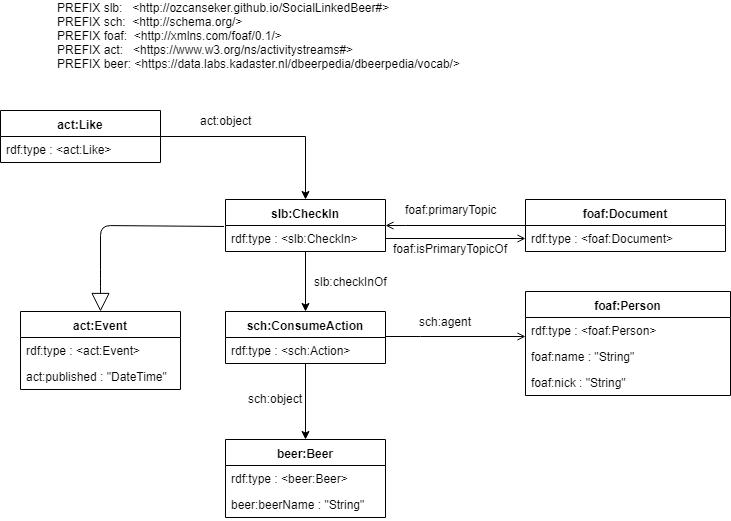
This is docs/images/CheckInOntologie.png from ozcanseker/Social-linked-beer, a draw.io export, as it was before one commit. Source tidied: cells renumbered, new cells last; positions are measured from the earlier drawing's top-left corner, leaving out a move shared by most shapes. The source it was exported from:
```xml
<mxGraphModel>
  <root>
    <mxCell id="0" />
    <mxCell id="1" parent="0" />
    <mxCell id="2" value="PREFIX slb:&amp;nbsp; &amp;nbsp;&amp;lt;http://ozcanseker.github.io/SocialLinkedBeer#&amp;gt;&lt;br&gt;PREFIX sch:&amp;nbsp; &amp;lt;http://schema.org/&amp;gt;&lt;br&gt;PREFIX foaf:&amp;nbsp; &amp;lt;http://xmlns.com/foaf/0.1/&amp;gt;&amp;nbsp;&lt;br&gt;PREFIX act:&amp;nbsp; &amp;nbsp;&amp;lt;&lt;a href=&quot;https://www.w3.org/ns/activitystreams&quot;&gt;https://www.w3.org/ns/activitystreams#&lt;/a&gt;&amp;gt;&amp;nbsp;&lt;br&gt;PREFIX beer: &amp;lt;&lt;a href=&quot;https://www.w3.org/ns/activitystreams&quot;&gt;https://data.labs.kadaster.nl/dbeerpedia/dbeerpedia/vocab/&lt;/a&gt;&amp;gt;&amp;nbsp;" style="text;html=1;align=left;verticalAlign=middle;" parent="1" vertex="1">
      <mxGeometry x="55" width="420" height="70" as="geometry" />
    </mxCell>
    <mxCell id="3" style="edgeStyle=orthogonalEdgeStyle;rounded=0;jettySize=auto;html=1;startArrow=none;startFill=0;startSize=6;sourcePerimeterSpacing=0;endArrow=open;endFill=0;endSize=6;targetPerimeterSpacing=0;" parent="1" edge="1" source="5">
      <mxGeometry relative="1" as="geometry">
        <mxPoint x="525" y="336" as="targetPoint" />
        <Array as="points">
          <mxPoint x="420" y="336" />
          <mxPoint x="420" y="336" />
        </Array>
      </mxGeometry>
    </mxCell>
    <mxCell id="4" style="edgeStyle=orthogonalEdgeStyle;rounded=0;jettySize=auto;html=1;entryX=0.5;entryY=0;entryDx=0;entryDy=0;" parent="1" edge="1" source="5" target="21">
      <mxGeometry relative="1" as="geometry" />
    </mxCell>
    <mxCell id="5" value="sch:ConsumeAction" style="swimlane;fontStyle=1;align=center;verticalAlign=top;horizontal=1;startSize=26;" parent="1" vertex="1">
      <mxGeometry x="225" y="311" width="160" height="52" as="geometry" />
    </mxCell>
    <mxCell id="6" value="rdf:type : &lt;sch:Action&gt; &#10; " style="text;strokeColor=none;fillColor=none;align=left;verticalAlign=top;spacingLeft=4;spacingRight=4;overflow=hidden;" parent="5" vertex="1">
      <mxGeometry y="26" width="160" height="26" as="geometry" />
    </mxCell>
    <mxCell id="7" style="edgeStyle=orthogonalEdgeStyle;rounded=0;jettySize=auto;html=1;entryX=0.5;entryY=0;entryDx=0;entryDy=0;" parent="1" edge="1" source="8" target="5">
      <mxGeometry relative="1" as="geometry" />
    </mxCell>
    <mxCell id="8" value="slb:CheckIn" style="swimlane;fontStyle=1;align=center;verticalAlign=top;horizontal=1;startSize=26;" parent="1" vertex="1">
      <mxGeometry x="225" y="199" width="160" height="52" as="geometry" />
    </mxCell>
    <mxCell id="9" value="rdf:type : &lt;slb:CheckIn&gt; &#10; " style="text;strokeColor=none;fillColor=none;align=left;verticalAlign=top;spacingLeft=4;spacingRight=4;overflow=hidden;points=[[0,0.5],[1,0.5]];portConstraint=eastwest;" parent="8" vertex="1">
      <mxGeometry y="26" width="160" height="26" as="geometry" />
    </mxCell>
    <mxCell id="10" style="edgeStyle=orthogonalEdgeStyle;rounded=0;jettySize=auto;html=1;entryX=1;entryY=0;entryDx=0;entryDy=0;entryPerimeter=0;startArrow=none;startFill=0;startSize=0;sourcePerimeterSpacing=0;endArrow=open;endFill=0;endSize=6;targetPerimeterSpacing=0;" parent="1" edge="1" source="11" target="9">
      <mxGeometry relative="1" as="geometry">
        <Array as="points">
          <mxPoint x="405" y="225" />
          <mxPoint x="405" y="225" />
        </Array>
      </mxGeometry>
    </mxCell>
    <mxCell id="11" value="foaf:Document" style="swimlane;fontStyle=1;align=center;verticalAlign=top;horizontal=1;startSize=26;" parent="1" vertex="1">
      <mxGeometry x="525" y="199" width="200" height="52" as="geometry" />
    </mxCell>
    <mxCell id="12" value="rdf:type : &lt;foaf:Document&gt; &#10; " style="text;strokeColor=none;fillColor=none;align=left;verticalAlign=top;spacingLeft=4;spacingRight=4;overflow=hidden;points=[[0,0.5],[1,0.5]];portConstraint=eastwest;" parent="11" vertex="1">
      <mxGeometry y="26" width="200" height="26" as="geometry" />
    </mxCell>
    <mxCell id="13" value="foaf:primaryTopic" style="text;html=1;align=center;verticalAlign=middle;" parent="1" vertex="1">
      <mxGeometry x="395" y="199" width="110" height="20" as="geometry" />
    </mxCell>
    <mxCell id="14" style="edgeStyle=orthogonalEdgeStyle;rounded=0;jettySize=auto;html=1;entryX=0;entryY=0.5;entryDx=0;entryDy=0;startArrow=none;startFill=0;sourcePerimeterSpacing=0;endArrow=open;endFill=0;targetPerimeterSpacing=0;startSize=0;" parent="1" edge="1" source="9" target="12">
      <mxGeometry relative="1" as="geometry" />
    </mxCell>
    <mxCell id="15" value="foaf:isPrimaryTopicOf" style="text;html=1;align=center;verticalAlign=middle;" parent="1" vertex="1">
      <mxGeometry x="385" y="238" width="130" height="20" as="geometry" />
    </mxCell>
    <mxCell id="16" value="foaf:Person" style="swimlane;fontStyle=1;align=center;verticalAlign=top;horizontal=1;startSize=26;" parent="1" vertex="1">
      <mxGeometry x="525" y="291" width="205" height="104" as="geometry" />
    </mxCell>
    <mxCell id="17" value="rdf:type : &lt;foaf:Person&gt; &#10; " style="text;strokeColor=none;fillColor=none;align=left;verticalAlign=top;spacingLeft=4;spacingRight=4;overflow=hidden;" parent="16" vertex="1">
      <mxGeometry y="26" width="205" height="26" as="geometry" />
    </mxCell>
    <mxCell id="18" value="foaf:name : &quot;String&quot; &#10; " style="text;strokeColor=none;fillColor=none;align=left;verticalAlign=top;spacingLeft=4;spacingRight=4;overflow=hidden;" parent="16" vertex="1">
      <mxGeometry y="52" width="205" height="26" as="geometry" />
    </mxCell>
    <mxCell id="19" value="foaf:nick : &quot;String&quot; &#10; " style="text;strokeColor=none;fillColor=none;align=left;verticalAlign=top;spacingLeft=4;spacingRight=4;overflow=hidden;" parent="16" vertex="1">
      <mxGeometry y="78" width="205" height="26" as="geometry" />
    </mxCell>
    <mxCell id="20" value="sch:agent" style="text;html=1;align=center;verticalAlign=middle;" parent="1" vertex="1">
      <mxGeometry x="410" y="311" width="70" height="20" as="geometry" />
    </mxCell>
    <mxCell id="21" value="beer:Beer" style="swimlane;fontStyle=1;align=center;verticalAlign=top;horizontal=1;startSize=26;" parent="1" vertex="1">
      <mxGeometry x="225" y="439" width="160" height="78" as="geometry" />
    </mxCell>
    <mxCell id="22" value="rdf:type : &lt;beer:Beer&gt; &#10; " style="text;strokeColor=none;fillColor=none;align=left;verticalAlign=top;spacingLeft=4;spacingRight=4;overflow=hidden;" parent="21" vertex="1">
      <mxGeometry y="26" width="160" height="26" as="geometry" />
    </mxCell>
    <mxCell id="23" value="beer:beerName : &quot;String&quot; " style="text;strokeColor=none;fillColor=none;align=left;verticalAlign=top;spacingLeft=4;spacingRight=4;overflow=hidden;" parent="21" vertex="1">
      <mxGeometry y="52" width="160" height="26" as="geometry" />
    </mxCell>
    <mxCell id="24" value="sch:object" style="text;html=1;align=center;verticalAlign=middle;" parent="1" vertex="1">
      <mxGeometry x="240" y="388" width="70" height="20" as="geometry" />
    </mxCell>
    <mxCell id="25" value="act:Event" style="swimlane;fontStyle=1;align=center;verticalAlign=top;horizontal=1;startSize=26;" parent="1" vertex="1">
      <mxGeometry x="20" y="311" width="160" height="78" as="geometry" />
    </mxCell>
    <mxCell id="26" value="rdf:type : &lt;act:Event&gt; &#10; " style="text;strokeColor=none;fillColor=none;align=left;verticalAlign=top;spacingLeft=4;spacingRight=4;overflow=hidden;" parent="25" vertex="1">
      <mxGeometry y="26" width="160" height="26" as="geometry" />
    </mxCell>
    <mxCell id="27" value="act:published : &quot;DateTime&quot; &#10; " style="text;strokeColor=none;fillColor=none;align=left;verticalAlign=top;spacingLeft=4;spacingRight=4;overflow=hidden;" parent="25" vertex="1">
      <mxGeometry y="52" width="160" height="26" as="geometry" />
    </mxCell>
    <mxCell id="28" style="endArrow=block;endSize=16;endFill=0;html=1;targetPerimeterSpacing=16;sourcePerimeterSpacing=0;entryX=0.5;entryY=0;entryDx=0;entryDy=0;startSize=0;exitX=-0.009;exitY=0.038;exitDx=0;exitDy=0;exitPerimeter=0;" parent="1" edge="1" source="9" target="25">
      <mxGeometry relative="1" as="geometry">
        <Array as="points">
          <mxPoint x="100" y="225" />
          <mxPoint x="100" y="279" />
        </Array>
      </mxGeometry>
    </mxCell>
    <mxCell id="29" value="slb:checkInOf" style="text;html=1;align=center;verticalAlign=middle;" parent="1" vertex="1">
      <mxGeometry x="305" y="271" width="90" height="20" as="geometry" />
    </mxCell>
    <mxCell id="30" style="edgeStyle=orthogonalEdgeStyle;rounded=0;jettySize=auto;html=1;" parent="1" edge="1" source="31" target="8">
      <mxGeometry relative="1" as="geometry" />
    </mxCell>
    <mxCell id="31" value="act:Like" style="swimlane;fontStyle=1;align=center;verticalAlign=top;horizontal=1;startSize=26;" parent="1" vertex="1">
      <mxGeometry y="110" width="160" height="52" as="geometry" />
    </mxCell>
    <mxCell id="32" value="rdf:type : &lt;act:Like&gt; &#10; " style="text;strokeColor=none;fillColor=none;align=left;verticalAlign=top;spacingLeft=4;spacingRight=4;overflow=hidden;" parent="31" vertex="1">
      <mxGeometry y="26" width="160" height="26" as="geometry" />
    </mxCell>
    <mxCell id="33" value="act:object" style="text;html=1;align=center;verticalAlign=middle;" parent="1" vertex="1">
      <mxGeometry x="190" y="110" width="70" height="20" as="geometry" />
    </mxCell>
  </root>
</mxGraphModel>
```
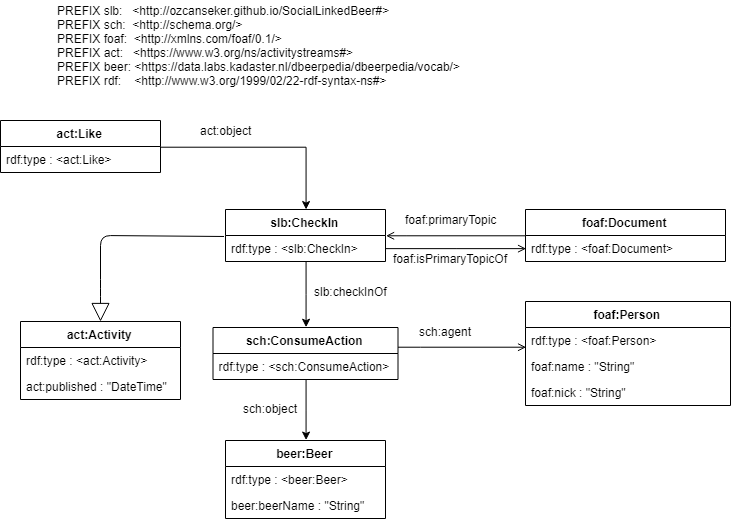
After the commit.

Change to the diagram source:
```diff
@@ -2,12 +2,12 @@
   <root>
     <mxCell id="0" />
     <mxCell id="1" parent="0" />
-    <mxCell id="2" value="PREFIX slb:&amp;nbsp; &amp;nbsp;&amp;lt;http://ozcanseker.github.io/SocialLinkedBeer#&amp;gt;&lt;br&gt;PREFIX sch:&amp;nbsp; &amp;lt;http://schema.org/&amp;gt;&lt;br&gt;PREFIX foaf:&amp;nbsp; &amp;lt;http://xmlns.com/foaf/0.1/&amp;gt;&amp;nbsp;&lt;br&gt;PREFIX act:&amp;nbsp; &amp;nbsp;&amp;lt;&lt;a href=&quot;https://www.w3.org/ns/activitystreams&quot;&gt;https://www.w3.org/ns/activitystreams#&lt;/a&gt;&amp;gt;&amp;nbsp;&lt;br&gt;PREFIX beer: &amp;lt;&lt;a href=&quot;https://www.w3.org/ns/activitystreams&quot;&gt;https://data.labs.kadaster.nl/dbeerpedia/dbeerpedia/vocab/&lt;/a&gt;&amp;gt;&amp;nbsp;" style="text;html=1;align=left;verticalAlign=middle;" parent="1" vertex="1">
-      <mxGeometry x="55" width="420" height="70" as="geometry" />
+    <mxCell id="2" value="PREFIX slb:&amp;nbsp; &amp;nbsp;&amp;lt;http://ozcanseker.github.io/SocialLinkedBeer#&amp;gt;&lt;br&gt;PREFIX sch:&amp;nbsp; &amp;lt;http://schema.org/&amp;gt;&lt;br&gt;PREFIX foaf:&amp;nbsp; &amp;lt;http://xmlns.com/foaf/0.1/&amp;gt;&amp;nbsp;&lt;br&gt;PREFIX act:&amp;nbsp; &amp;nbsp;&amp;lt;&lt;a href=&quot;https://www.w3.org/ns/activitystreams&quot;&gt;https://www.w3.org/ns/activitystreams#&lt;/a&gt;&amp;gt;&amp;nbsp;&lt;br&gt;PREFIX beer: &amp;lt;&lt;a href=&quot;https://www.w3.org/ns/activitystreams&quot;&gt;https://data.labs.kadaster.nl/dbeerpedia/dbeerpedia/vocab/&lt;/a&gt;&amp;gt;&lt;br&gt;PREFIX rdf:&amp;nbsp; &amp;nbsp; &amp;lt;http://www.w3.org/1999/02/22-rdf-syntax-ns#&amp;gt;&amp;nbsp;" style="text;html=1;align=left;verticalAlign=middle;" parent="1" vertex="1">
+      <mxGeometry x="55" y="-10" width="420" height="90" as="geometry" />
     </mxCell>
     <mxCell id="3" style="edgeStyle=orthogonalEdgeStyle;rounded=0;jettySize=auto;html=1;startArrow=none;startFill=0;startSize=6;sourcePerimeterSpacing=0;endArrow=open;endFill=0;endSize=6;targetPerimeterSpacing=0;" parent="1" edge="1" source="5">
       <mxGeometry relative="1" as="geometry">
-        <mxPoint x="525" y="336" as="targetPoint" />
+        <mxPoint x="525.6" y="336.7" as="targetPoint" />
         <Array as="points">
           <mxPoint x="420" y="336" />
           <mxPoint x="420" y="336" />
@@ -18,10 +18,10 @@
       <mxGeometry relative="1" as="geometry" />
     </mxCell>
     <mxCell id="5" value="sch:ConsumeAction" style="swimlane;fontStyle=1;align=center;verticalAlign=top;horizontal=1;startSize=26;" parent="1" vertex="1">
-      <mxGeometry x="225" y="311" width="160" height="52" as="geometry" />
+      <mxGeometry x="212.5" y="317" width="185" height="52" as="geometry" />
     </mxCell>
-    <mxCell id="6" value="rdf:type : &lt;sch:Action&gt; &#10; " style="text;strokeColor=none;fillColor=none;align=left;verticalAlign=top;spacingLeft=4;spacingRight=4;overflow=hidden;" parent="5" vertex="1">
-      <mxGeometry y="26" width="160" height="26" as="geometry" />
+    <mxCell id="6" value="rdf:type : &lt;sch:ConsumeAction&gt; &#10; " style="text;strokeColor=none;fillColor=none;align=left;verticalAlign=top;spacingLeft=4;spacingRight=4;overflow=hidden;" parent="5" vertex="1">
+      <mxGeometry y="26" width="185" height="26" as="geometry" />
     </mxCell>
     <mxCell id="7" style="edgeStyle=orthogonalEdgeStyle;rounded=0;jettySize=auto;html=1;entryX=0.5;entryY=0;entryDx=0;entryDy=0;" parent="1" edge="1" source="8" target="5">
       <mxGeometry relative="1" as="geometry" />
@@ -71,7 +71,7 @@
       <mxGeometry x="410" y="311" width="70" height="20" as="geometry" />
     </mxCell>
     <mxCell id="21" value="beer:Beer" style="swimlane;fontStyle=1;align=center;verticalAlign=top;horizontal=1;startSize=26;" parent="1" vertex="1">
-      <mxGeometry x="225" y="439" width="160" height="78" as="geometry" />
+      <mxGeometry x="225" y="430" width="160" height="78" as="geometry" />
     </mxCell>
     <mxCell id="22" value="rdf:type : &lt;beer:Beer&gt; &#10; " style="text;strokeColor=none;fillColor=none;align=left;verticalAlign=top;spacingLeft=4;spacingRight=4;overflow=hidden;" parent="21" vertex="1">
       <mxGeometry y="26" width="160" height="26" as="geometry" />
@@ -80,12 +80,12 @@
       <mxGeometry y="52" width="160" height="26" as="geometry" />
     </mxCell>
     <mxCell id="24" value="sch:object" style="text;html=1;align=center;verticalAlign=middle;" parent="1" vertex="1">
-      <mxGeometry x="240" y="388" width="70" height="20" as="geometry" />
+      <mxGeometry x="235" y="387.8" width="70" height="20" as="geometry" />
     </mxCell>
-    <mxCell id="25" value="act:Event" style="swimlane;fontStyle=1;align=center;verticalAlign=top;horizontal=1;startSize=26;" parent="1" vertex="1">
+    <mxCell id="25" value="act:Activity" style="swimlane;fontStyle=1;align=center;verticalAlign=top;horizontal=1;startSize=26;" parent="1" vertex="1">
       <mxGeometry x="20" y="311" width="160" height="78" as="geometry" />
     </mxCell>
-    <mxCell id="26" value="rdf:type : &lt;act:Event&gt; &#10; " style="text;strokeColor=none;fillColor=none;align=left;verticalAlign=top;spacingLeft=4;spacingRight=4;overflow=hidden;" parent="25" vertex="1">
+    <mxCell id="26" value="rdf:type : &lt;act:Activity&gt; &#10; " style="text;strokeColor=none;fillColor=none;align=left;verticalAlign=top;spacingLeft=4;spacingRight=4;overflow=hidden;" parent="25" vertex="1">
       <mxGeometry y="26" width="160" height="26" as="geometry" />
     </mxCell>
     <mxCell id="27" value="act:published : &quot;DateTime&quot; &#10; " style="text;strokeColor=none;fillColor=none;align=left;verticalAlign=top;spacingLeft=4;spacingRight=4;overflow=hidden;" parent="25" vertex="1">
```
